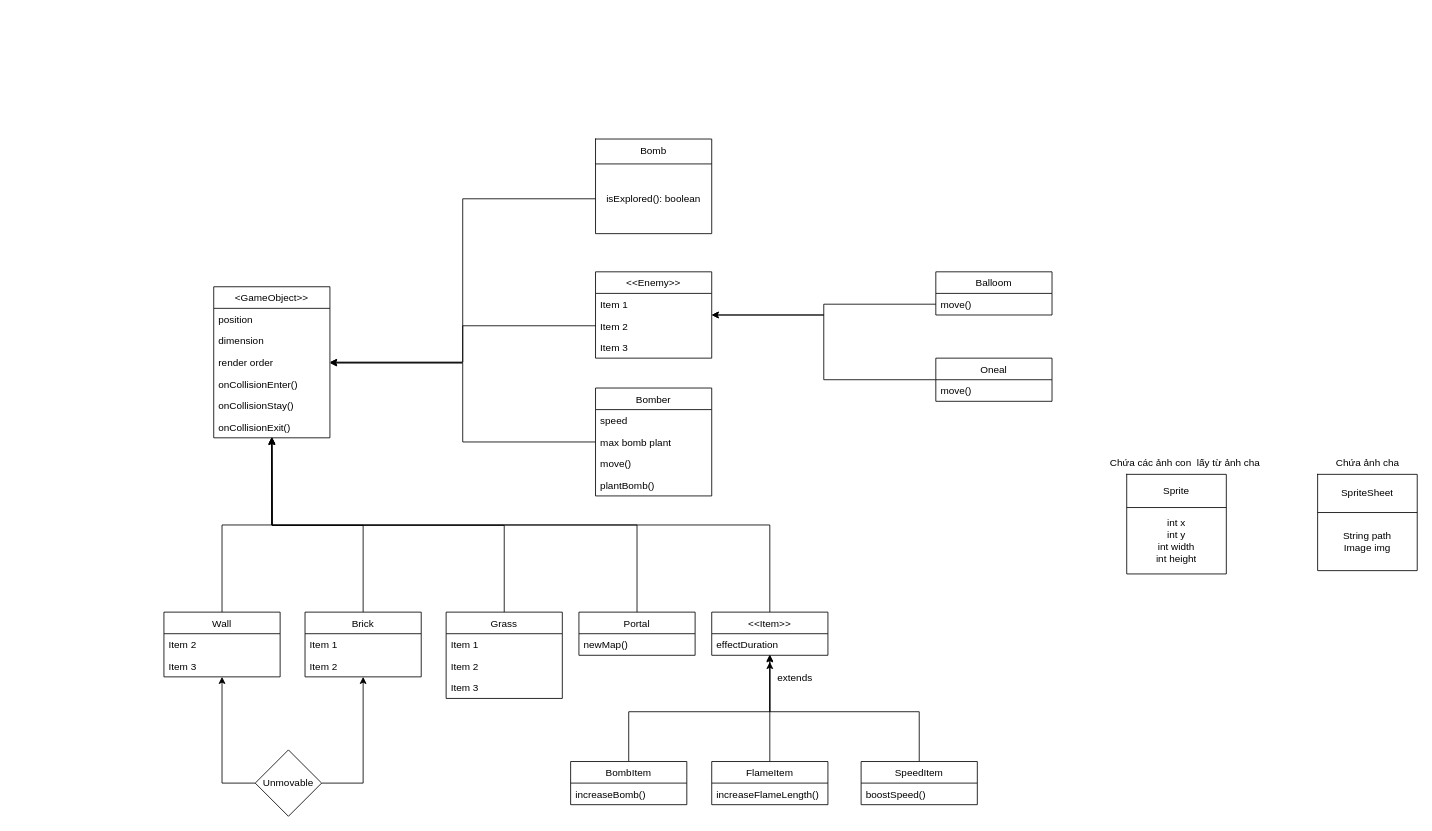
Before: src/main/java/uet/gryffindor/game/object/object uml.drawio in hoang1007/bomberman, a draw.io diagram. Source tidied: cells renumbered, new cells numbered last; positions are measured from the earlier drawing's top-left corner, leaving out a move shared by most shapes. Both pictures are drawn from the tidied source at 83%, with x=0, y=0 at pixel (164, 139).
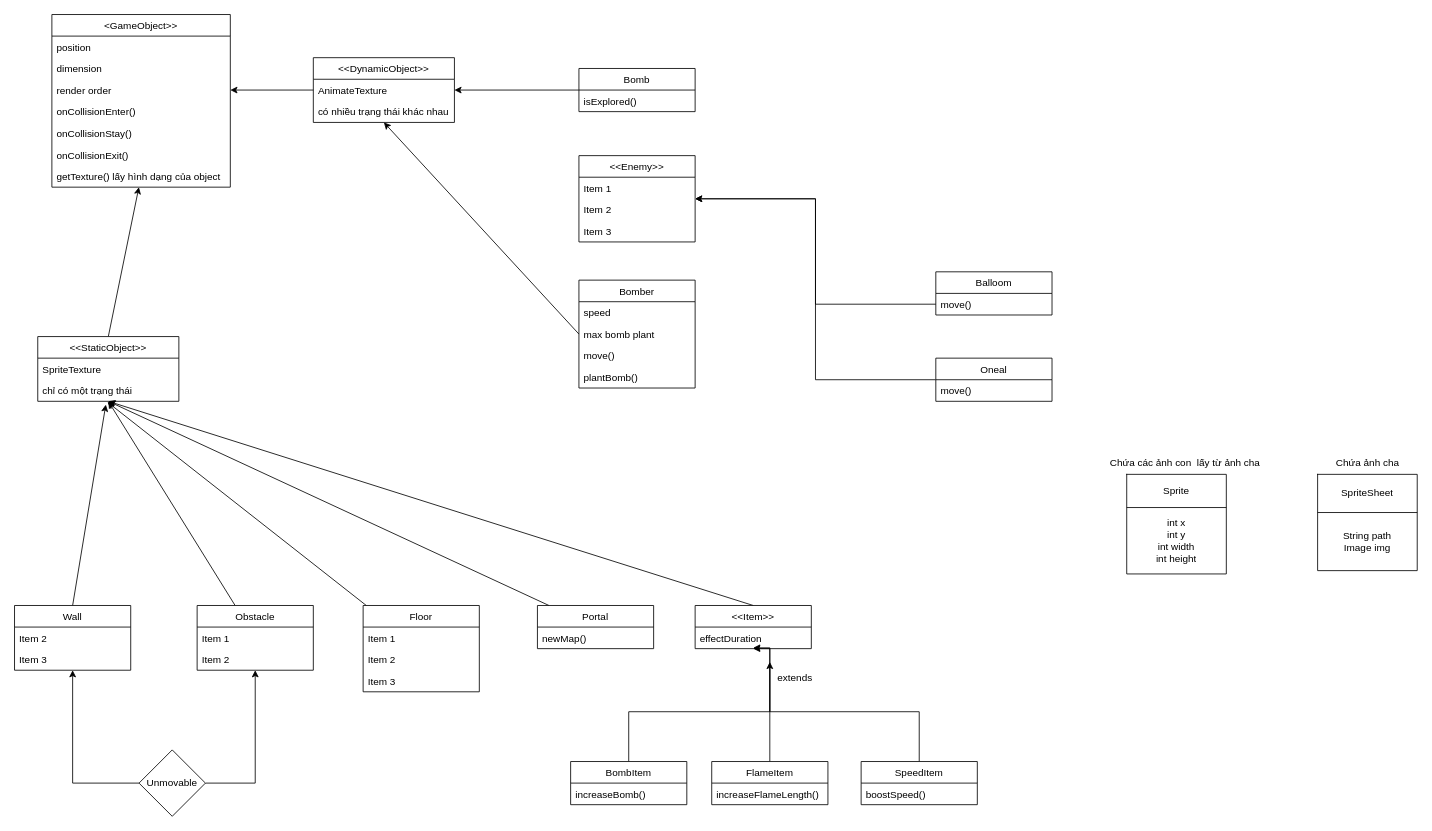
After the change.

Commit message:
cập nhật diagram

The change refers to these unchanged cells:
```xml
<mxCell id="23" value="Item 2" style="text;strokeColor=none;fillColor=none;align=left;verticalAlign=top;spacingLeft=4;spacingRight=4;overflow=hidden;points=[[0,0.5],[1,0.5]];portConstraint=eastwest;" parent="21" vertex="1">
  <mxGeometry y="52" width="140" height="26" as="geometry" />
</mxCell>
<mxCell id="27" value="max bomb plant" style="text;strokeColor=none;fillColor=none;align=left;verticalAlign=top;spacingLeft=4;spacingRight=4;overflow=hidden;points=[[0,0.5],[1,0.5]];portConstraint=eastwest;" parent="25" vertex="1">
  <mxGeometry y="52" width="140" height="26" as="geometry" />
</mxCell>
```

The edit, as a diff of the source:
```diff
@@
     <mxCell id="14" value="&lt;GameObject&gt;&gt;" style="swimlane;fontStyle=0;horizontal=1;startSize=26;" parent="1" vertex="1">
-      <mxGeometry x="60" y="178" width="140" height="182" as="geometry" />
+      <mxGeometry x="-135" y="-150" width="215" height="208" as="geometry" />
     </mxCell>
     <mxCell id="15" value="position" style="text;strokeColor=none;fillColor=none;align=left;verticalAlign=top;spacingLeft=4;spacingRight=4;overflow=hidden;" parent="14" vertex="1">
-      <mxGeometry y="26" width="140" height="26" as="geometry" />
+      <mxGeometry y="26" width="215" height="26" as="geometry" />
     </mxCell>
     <mxCell id="16" value="dimension" style="text;strokeColor=none;fillColor=none;align=left;verticalAlign=top;spacingLeft=4;spacingRight=4;overflow=hidden;" parent="14" vertex="1">
-      <mxGeometry y="52" width="140" height="26" as="geometry" />
+      <mxGeometry y="52" width="215" height="26" as="geometry" />
     </mxCell>
     <mxCell id="17" value="render order" style="text;strokeColor=none;fillColor=none;align=left;verticalAlign=top;spacingLeft=4;spacingRight=4;overflow=hidden;points=[[0,0.5],[1,0.5]];portConstraint=eastwest;" parent="14" vertex="1">
-      <mxGeometry y="78" width="140" height="26" as="geometry" />
+      <mxGeometry y="78" width="215" height="26" as="geometry" />
     </mxCell>
     <mxCell id="18" value="onCollisionEnter()" style="text;strokeColor=none;fillColor=none;align=left;verticalAlign=top;spacingLeft=4;spacingRight=4;overflow=hidden;" parent="14" vertex="1">
-      <mxGeometry y="104" width="140" height="26" as="geometry" />
+      <mxGeometry y="104" width="215" height="26" as="geometry" />
     </mxCell>
     <mxCell id="19" value="onCollisionStay()" style="text;strokeColor=none;fillColor=none;align=left;verticalAlign=top;spacingLeft=4;spacingRight=4;overflow=hidden;" parent="14" vertex="1">
-      <mxGeometry y="130" width="140" height="26" as="geometry" />
+      <mxGeometry y="130" width="215" height="26" as="geometry" />
     </mxCell>
     <mxCell id="20" value="onCollisionExit()" style="text;strokeColor=none;fillColor=none;align=left;verticalAlign=top;spacingLeft=4;spacingRight=4;overflow=hidden;points=[[0,0.5],[1,0.5]];portConstraint=eastwest;" parent="14" vertex="1">
-      <mxGeometry y="156" width="140" height="26" as="geometry" />
+      <mxGeometry y="156" width="215" height="26" as="geometry" />
     </mxCell>
+    <mxCell id="76" value="getTexture() lấy hình dạng của object" style="text;strokeColor=none;fillColor=none;align=left;verticalAlign=top;spacingLeft=4;spacingRight=4;overflow=hidden;points=[[0,0.5],[1,0.5]];portConstraint=eastwest;" parent="14" vertex="1">
+      <mxGeometry y="182" width="215" height="26" as="geometry" />
+    </mxCell>
     <mxCell id="21" value="&lt;&lt;Enemy&gt;&gt;" style="swimlane;fontStyle=0;horizontal=1;startSize=26;" parent="1" vertex="1">
-      <mxGeometry x="520" y="160" width="140" height="104" as="geometry" />
+      <mxGeometry x="500" y="20" width="140" height="104" as="geometry" />
     </mxCell>
@@
     <mxCell id="25" value="Bomber" style="swimlane;fontStyle=0;horizontal=1;startSize=26;" parent="1" vertex="1">
-      <mxGeometry x="520" y="300" width="140" height="130" as="geometry" />
+      <mxGeometry x="500" y="170" width="140" height="130" as="geometry" />
     </mxCell>
@@
-    <mxCell id="30" style="edgeStyle=orthogonalEdgeStyle;rounded=0;jettySize=auto;html=1;exitX=0;exitY=0.5;exitDx=0;exitDy=0;entryX=1;entryY=0.5;entryDx=0;entryDy=0;" parent="1" edge="1" source="23" target="17">
-      <mxGeometry relative="1" as="geometry" />
-    </mxCell>
-    <mxCell id="31" style="edgeStyle=orthogonalEdgeStyle;rounded=0;jettySize=auto;html=1;exitX=0;exitY=0.5;exitDx=0;exitDy=0;" parent="1" edge="1" source="27">
-      <mxGeometry relative="1" as="geometry">
-        <mxPoint x="200" y="270" as="targetPoint" />
-        <Array as="points">
-          <mxPoint x="360" y="365" />
-          <mxPoint x="360" y="270" />
-        </Array>
-      </mxGeometry>
-    </mxCell>
-    <mxCell id="32" style="edgeStyle=orthogonalEdgeStyle;rounded=0;jettySize=auto;html=1;exitX=0.5;exitY=0;exitDx=0;exitDy=0;entryX=0.5;entryY=1;entryDx=0;entryDy=0;" parent="1" edge="1" source="33" target="14">
-      <mxGeometry relative="1" as="geometry" />
-    </mxCell>
+    <mxCell id="77" style="edgeStyle=none;html=1;exitX=0.5;exitY=0;exitDx=0;exitDy=0;" parent="1" edge="1" source="33">
+      <mxGeometry relative="1" as="geometry">
+        <mxPoint x="-70" y="320" as="targetPoint" />
+      </mxGeometry>
+    </mxCell>
     <mxCell id="33" value="Wall" style="swimlane;fontStyle=0;horizontal=1;startSize=26;" parent="1" vertex="1">
-      <mxGeometry y="570" width="140" height="78" as="geometry" />
+      <mxGeometry x="-180" y="562" width="140" height="78" as="geometry" />
     </mxCell>
@@
-    <mxCell id="36" style="edgeStyle=orthogonalEdgeStyle;rounded=0;jettySize=auto;html=1;exitX=0.5;exitY=0;exitDx=0;exitDy=0;" parent="1" edge="1" source="37">
-      <mxGeometry relative="1" as="geometry">
-        <mxPoint x="130" y="360" as="targetPoint" />
-      </mxGeometry>
-    </mxCell>
+    <mxCell id="78" style="edgeStyle=none;html=1;entryX=0.5;entryY=1;entryDx=0;entryDy=0;" parent="1" edge="1" source="37" target="87">
+      <mxGeometry relative="1" as="geometry" />
+    </mxCell>
-    <mxCell id="37" value="Brick" style="swimlane;fontStyle=0;horizontal=1;startSize=26;" parent="1" vertex="1">
-      <mxGeometry x="170" y="570" width="140" height="78" as="geometry" />
+    <mxCell id="37" value="Obstacle" style="swimlane;fontStyle=0;horizontal=1;startSize=26;" parent="1" vertex="1">
+      <mxGeometry x="40" y="562" width="140" height="78" as="geometry" />
     </mxCell>
@@
-    <mxCell id="40" style="edgeStyle=orthogonalEdgeStyle;rounded=0;jettySize=auto;html=1;exitX=0.5;exitY=0;exitDx=0;exitDy=0;" parent="1" edge="1" source="41">
-      <mxGeometry relative="1" as="geometry">
-        <mxPoint x="130" y="360" as="targetPoint" />
-      </mxGeometry>
-    </mxCell>
+    <mxCell id="79" style="edgeStyle=none;html=1;entryX=0.494;entryY=1.038;entryDx=0;entryDy=0;entryPerimeter=0;" parent="1" edge="1" source="41" target="89">
+      <mxGeometry relative="1" as="geometry" />
+    </mxCell>
-    <mxCell id="41" value="Grass" style="swimlane;fontStyle=0;horizontal=1;startSize=26;" parent="1" vertex="1">
-      <mxGeometry x="340" y="570" width="140" height="104" as="geometry" />
+    <mxCell id="41" value="Floor" style="swimlane;fontStyle=0;horizontal=1;startSize=26;" parent="1" vertex="1">
+      <mxGeometry x="240" y="562" width="140" height="104" as="geometry" />
     </mxCell>
@@
-    <mxCell id="45" style="edgeStyle=orthogonalEdgeStyle;rounded=0;jettySize=auto;html=1;exitX=0.5;exitY=0;exitDx=0;exitDy=0;entryX=0.5;entryY=0.962;entryDx=0;entryDy=0;entryPerimeter=0;" parent="1" edge="1" source="46" target="20">
-      <mxGeometry relative="1" as="geometry" />
-    </mxCell>
+    <mxCell id="80" style="edgeStyle=none;html=1;entryX=0.5;entryY=1;entryDx=0;entryDy=0;" parent="1" edge="1" source="46" target="87">
+      <mxGeometry relative="1" as="geometry" />
+    </mxCell>
     <mxCell id="46" value="Portal" style="swimlane;fontStyle=0;horizontal=1;startSize=26;" parent="1" vertex="1">
-      <mxGeometry x="500" y="570" width="140" height="52" as="geometry" />
+      <mxGeometry x="450" y="562" width="140" height="52" as="geometry" />
     </mxCell>
@@
-    <mxCell id="48" style="edgeStyle=orthogonalEdgeStyle;rounded=0;jettySize=auto;html=1;exitX=0.5;exitY=0;exitDx=0;exitDy=0;entryX=0.5;entryY=0.962;entryDx=0;entryDy=0;entryPerimeter=0;" parent="1" edge="1" source="49" target="20">
-      <mxGeometry relative="1" as="geometry" />
-    </mxCell>
+    <mxCell id="81" style="edgeStyle=none;html=1;exitX=0.5;exitY=0;exitDx=0;exitDy=0;entryX=0.5;entryY=1;entryDx=0;entryDy=0;" parent="1" edge="1" source="49" target="87">
+      <mxGeometry relative="1" as="geometry" />
+    </mxCell>
     <mxCell id="49" value="&lt;&lt;Item&gt;&gt;" style="swimlane;fontStyle=0;horizontal=1;startSize=26;" parent="1" vertex="1">
-      <mxGeometry x="660" y="570" width="140" height="52" as="geometry" />
+      <mxGeometry x="640" y="562" width="140" height="52" as="geometry" />
     </mxCell>
@@
     <mxCell id="68" value="Unmovable" style="rhombus;whiteSpace=wrap;html=1;" parent="1" vertex="1">
-      <mxGeometry x="110" y="736" width="80" height="80" as="geometry" />
+      <mxGeometry x="-30" y="736" width="80" height="80" as="geometry" />
     </mxCell>
@@
-    <mxCell id="70" style="shape=table;startSize=0;childLayout=tableLayout;" parent="1" vertex="1">
-      <mxGeometry x="520" width="140" height="114" as="geometry" />
-    </mxCell>
-    <mxCell id="71" style="shape=partialRectangle;fillColor=none;top=0;left=0;bottom=0;right=0;" parent="70" vertex="1">
-      <mxGeometry width="140" height="30" as="geometry" />
-    </mxCell>
+    <mxCell id="82" style="edgeStyle=none;html=1;entryX=1;entryY=0.5;entryDx=0;entryDy=0;" parent="1" edge="1" source="83" target="17">
+      <mxGeometry relative="1" as="geometry" />
+    </mxCell>
+    <mxCell id="83" value="&lt;&lt;DynamicObject&gt;&gt;" style="swimlane;fontStyle=0;horizontal=1;startSize=26;" parent="1" vertex="1">
+      <mxGeometry x="180" y="-98" width="170" height="78" as="geometry" />
+    </mxCell>
+    <mxCell id="84" value="AnimateTexture" style="text;strokeColor=none;fillColor=none;align=left;verticalAlign=top;spacingLeft=4;spacingRight=4;overflow=hidden;points=[[0,0.5],[1,0.5]];portConstraint=eastwest;" parent="83" vertex="1">
+      <mxGeometry y="26" width="170" height="26" as="geometry" />
+    </mxCell>
+    <mxCell id="85" value="có nhiều trạng thái khác nhau" style="text;strokeColor=none;fillColor=none;align=left;verticalAlign=top;spacingLeft=4;spacingRight=4;overflow=hidden;" parent="83" vertex="1">
+      <mxGeometry y="52" width="170" height="26" as="geometry" />
+    </mxCell>
+    <mxCell id="86" style="edgeStyle=none;html=1;exitX=0.5;exitY=0;exitDx=0;exitDy=0;" parent="1" edge="1" source="87" target="76">
+      <mxGeometry relative="1" as="geometry" />
+    </mxCell>
+    <mxCell id="87" value="&lt;&lt;StaticObject&gt;&gt;" style="swimlane;fontStyle=0;horizontal=1;startSize=26;" parent="1" vertex="1">
+      <mxGeometry x="-152" y="238" width="170" height="78" as="geometry" />
+    </mxCell>
+    <mxCell id="88" value="SpriteTexture" style="text;strokeColor=none;fillColor=none;align=left;verticalAlign=top;spacingLeft=4;spacingRight=4;overflow=hidden;" parent="87" vertex="1">
+      <mxGeometry y="26" width="170" height="26" as="geometry" />
+    </mxCell>
+    <mxCell id="89" value="chỉ có một trạng thái" style="text;strokeColor=none;fillColor=none;align=left;verticalAlign=top;spacingLeft=4;spacingRight=4;overflow=hidden;points=[[0,0.5],[1,0.5]];portConstraint=eastwest;" parent="87" vertex="1">
+      <mxGeometry y="52" width="170" height="26" as="geometry" />
+    </mxCell>
+    <mxCell id="90" style="edgeStyle=none;html=1;entryX=1;entryY=0.5;entryDx=0;entryDy=0;" parent="1" edge="1" source="72" target="84">
+      <mxGeometry relative="1" as="geometry" />
+    </mxCell>
-    <mxCell id="72" value="Bomb" style="shape=partialRectangle;html=1;whiteSpace=wrap;overflow=hidden;fillColor=none;top=0;left=0;bottom=0;right=0;" parent="71" vertex="1">
-      <mxGeometry width="140" height="30" as="geometry" />
+    <mxCell id="72" value="Bomb" style="swimlane;fontStyle=0;horizontal=1;startSize=26;" parent="1" vertex="1">
+      <mxGeometry x="500" y="-85" width="140" height="52" as="geometry" />
     </mxCell>
-    <mxCell id="73" style="shape=partialRectangle;fillColor=none;top=0;left=0;bottom=0;right=0;points=[[0,0.5],[1,0.5]];portConstraint=eastwest;" parent="70" vertex="1">
-      <mxGeometry y="30" width="140" height="84" as="geometry" />
-    </mxCell>
-    <mxCell id="74" value="isExplored(): boolean&lt;br&gt;" style="shape=partialRectangle;html=1;whiteSpace=wrap;overflow=hidden;fillColor=none;top=0;left=0;bottom=0;right=0;" parent="73" vertex="1">
-      <mxGeometry width="140" height="84" as="geometry" />
-    </mxCell>
-    <mxCell id="75" style="edgeStyle=orthogonalEdgeStyle;rounded=0;jettySize=auto;html=1;entryX=1;entryY=0.5;entryDx=0;entryDy=0;" parent="1" edge="1" source="73" target="17">
-      <mxGeometry relative="1" as="geometry" />
-    </mxCell>
+    <mxCell id="91" value="isExplored()" style="text;strokeColor=none;fillColor=none;align=left;verticalAlign=top;spacingLeft=4;spacingRight=4;overflow=hidden;" parent="72" vertex="1">
+      <mxGeometry y="26" width="140" height="26" as="geometry" />
+    </mxCell>
+    <mxCell id="92" style="edgeStyle=none;html=1;exitX=0;exitY=0.5;exitDx=0;exitDy=0;entryX=0.5;entryY=1;entryDx=0;entryDy=0;" parent="1" edge="1" source="27" target="83">
+      <mxGeometry relative="1" as="geometry" />
+    </mxCell>
```
